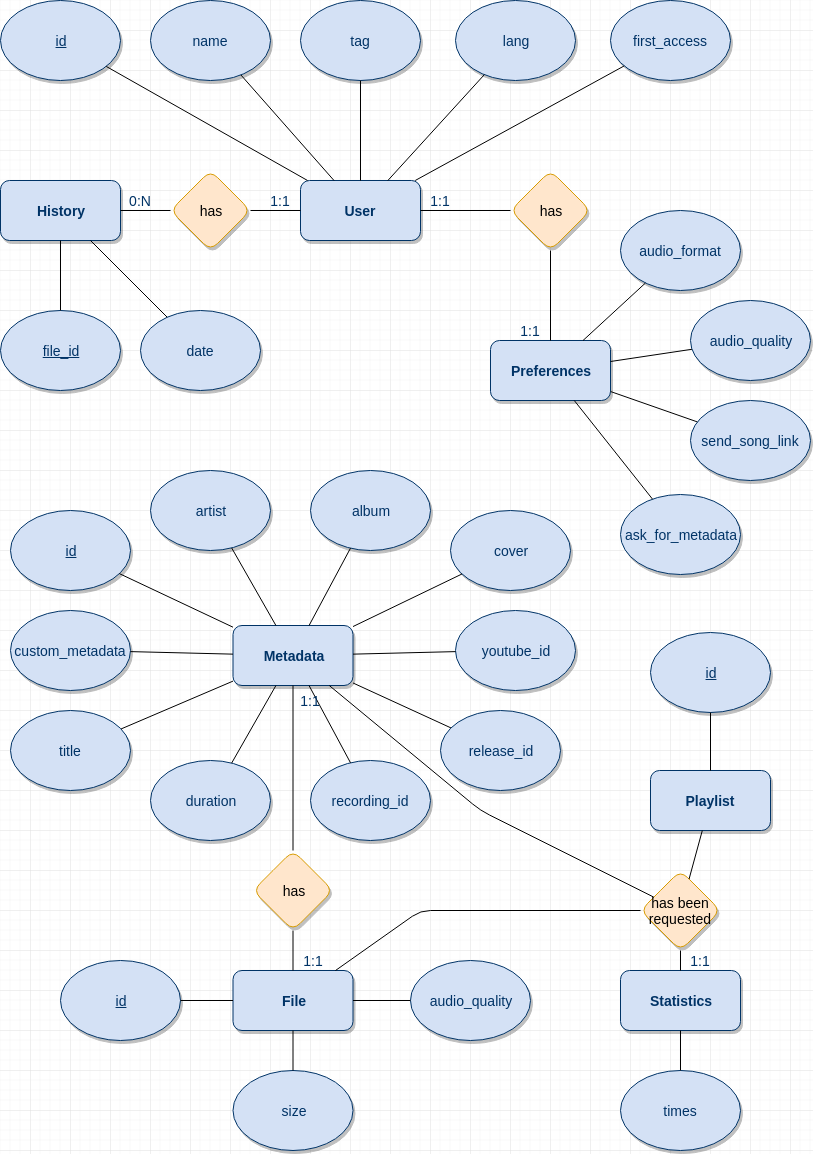
Before: Design/Database/YouTubeMDBot.png, a diagram exported from draw.io (Javinator9889/YouTubeMDBot). Source tidied: cells renumbered, new cells last; positions are measured from the earlier drawing's top-left corner, leaving out a move shared by most shapes.
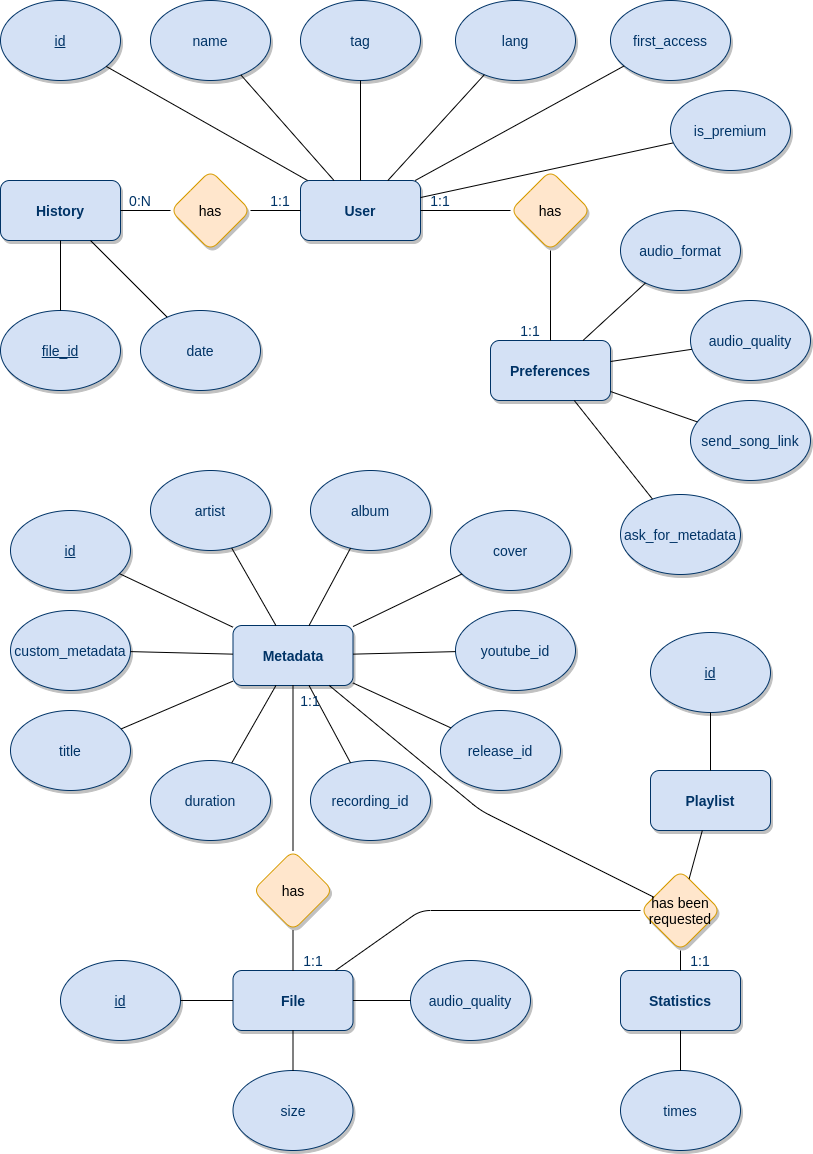
Later version of the same file.

Commit message:
Updated database design - included premium features

Diff of the diagram source:
```diff
@@ -250,5 +250,11 @@
         </Array>
       </mxGeometry>
     </mxCell>
+    <mxCell id="82" style="endArrow=none;html=1;" parent="1" edge="1" source="83" target="2">
+      <mxGeometry relative="1" as="geometry" />
+    </mxCell>
+    <mxCell id="83" value="is_premium" style="ellipse;whiteSpace=wrap;html=1;rounded=1;shadow=1;glass=0;comic=0;labelBackgroundColor=none;strokeColor=#003366;fillColor=#D4E1F5;fontSize=14;fontColor=#003366;align=center;" parent="1" vertex="1">
+      <mxGeometry x="670" y="90" width="120" height="80" as="geometry" />
+    </mxCell>
   </root>
 </mxGraphModel>
```
